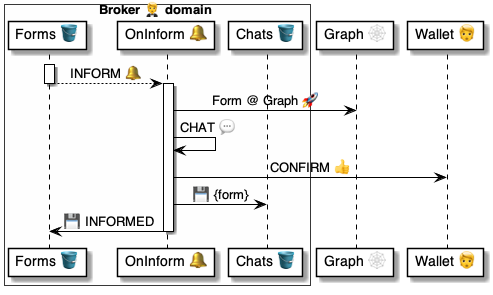
pollyweb-org/pollyweb-docs keeps this PlantUML diagram as 4 ⚙️ Solution/20 🧑‍🦰 UI/Brokers 🤵/🤵🪣 Broker tables/Forms 📝 table/🪣🧱 1 Inform 🔔/🤵 OnFormInform ⚙️ uml.png. Above is the earlier version. Its source is kept beside it as 4 ⚙️ Solution/20 🧑‍🦰 UI/Brokers 🤵/🤵🪣 Broker tables/Forms 📝 table/🪣🧱 1 Inform 🔔/🤵 OnFormInform ⚙️ uml.puml. Its diagram source:
```plantuml
@startuml OnInformInform

box Broker 🤵 domain #FFFFFA
    participant "Forms 🪣" as table
    participant "OnInform 🔔" as handler
    participant "Chats 🪣" as chats
end box
participant "Graph 🕸" as graph
participant "Wallet 🧑" as user


activate table
    table --> handler: INFORM 🔔
deactivate table

activate handler
    handler -> graph: Form @ Graph 🚀
    handler -> handler: CHAT 💬
    handler -> user: CONFIRM 👍
    handler -> chats:  💾 {form}
    handler -> table:  💾 INFORMED
deactivate handler


@enduml
```
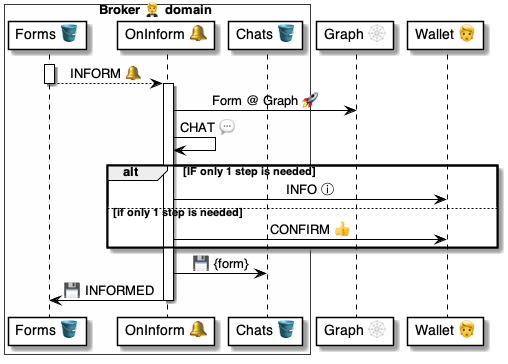
Above is the later version.

Diff of the diagram source:
```diff
@@ -16,7 +16,13 @@
 activate handler
     handler -> graph: Form @ Graph 🚀
     handler -> handler: CHAT 💬
-    handler -> user: CONFIRM 👍
+
+    alt IF only 1 step is needed
+        handler -> user: INFO ⓘ
+    else if only 1 step is needed
+        handler -> user: CONFIRM 👍
+    end
+
     handler -> chats:  💾 {form}
     handler -> table:  💾 INFORMED
 deactivate handler
```
